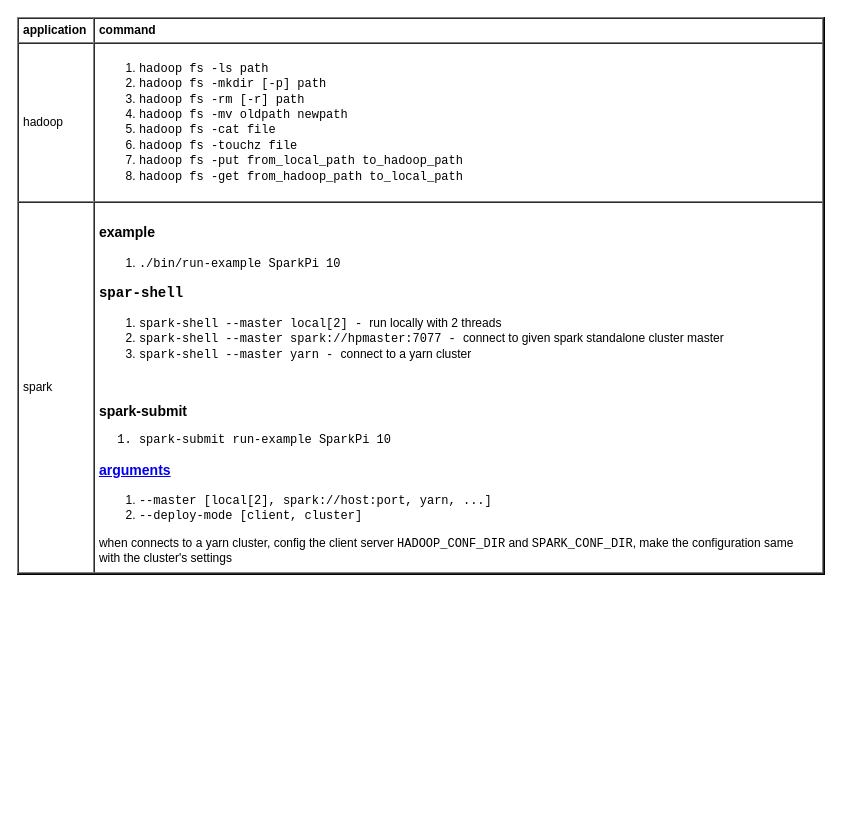
Before: page "command" (7 of 8) of db/distdb.drawio in yangdj/tf_docs, a draw.io diagram. Source tidied: cells renumbered, new cells numbered last; positions are measured from the earlier drawing's top-left corner, leaving out a move shared by most shapes. Both pictures are drawn from the tidied source at 100%, with x=0, y=0 at pixel (17, 17).
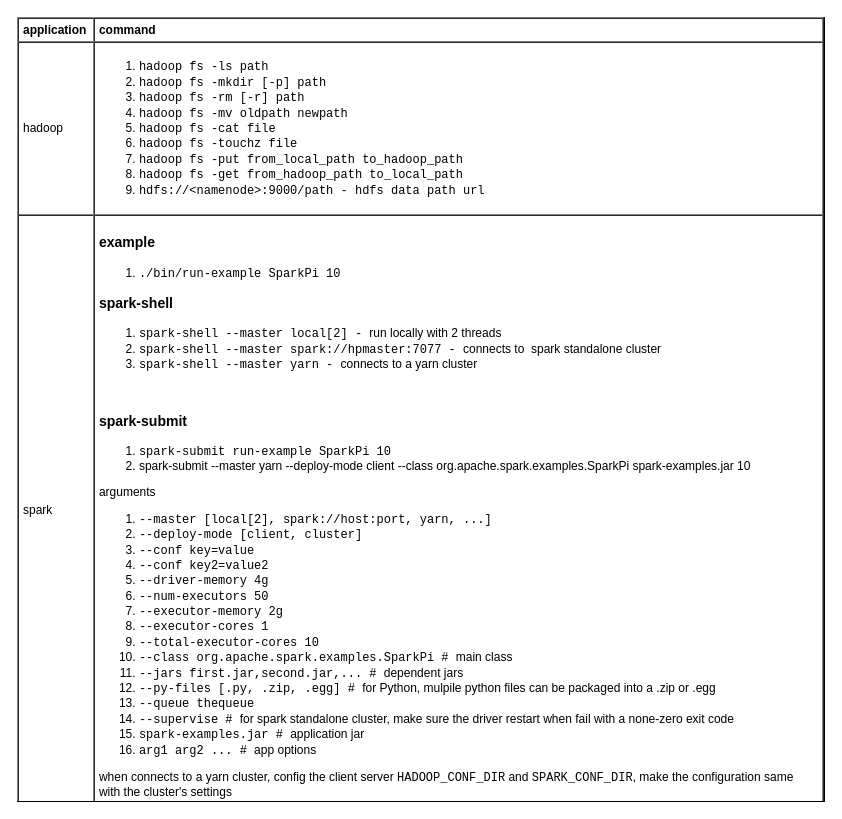
After the change.

Change to the diagram source:
```diff
@@
 <mxGraphModel>
   <root>
     <mxCell id="0" />
     <mxCell id="1" parent="0" />
-    <mxCell id="2" value="&lt;table cellpadding=&quot;4&quot; cellspacing=&quot;0&quot; border=&quot;1&quot; style=&quot;font-size: 1em ; width: 100% ; height: 100%&quot;&gt;&lt;tbody&gt;&lt;tr&gt;&lt;th&gt;application&lt;/th&gt;&lt;th&gt;command&lt;/th&gt;&lt;/tr&gt;&lt;tr&gt;&lt;td&gt;hadoop&lt;/td&gt;&lt;td&gt;&lt;ol&gt;&lt;li&gt;&lt;font face=&quot;Courier New&quot;&gt;hadoop fs -ls path&lt;/font&gt;&lt;/li&gt;&lt;li&gt;&lt;font face=&quot;Courier New&quot;&gt;hadoop fs -mkdir [-p] path&lt;/font&gt;&lt;/li&gt;&lt;li&gt;&lt;font face=&quot;Courier New&quot;&gt;hadoop fs -rm [-r] path&lt;/font&gt;&lt;/li&gt;&lt;li&gt;&lt;span style=&quot;font-family: &amp;#34;courier new&amp;#34; ; font-size: 1em&quot;&gt;hadoop fs -mv oldpath newpath&lt;/span&gt;&lt;br&gt;&lt;/li&gt;&lt;li&gt;&lt;font face=&quot;Courier New&quot;&gt;hadoop fs -cat file&lt;/font&gt;&lt;/li&gt;&lt;li&gt;&lt;font face=&quot;Courier New&quot;&gt;hadoop fs -touchz file&lt;/font&gt;&lt;/li&gt;&lt;li&gt;&lt;font face=&quot;Courier New&quot;&gt;hadoop fs -put from_local_path to_hadoop_path&lt;/font&gt;&lt;/li&gt;&lt;li&gt;&lt;font face=&quot;Courier New&quot;&gt;hadoop fs -get from_hadoop_path to_local_path&lt;br&gt;&lt;/font&gt;&lt;/li&gt;&lt;/ol&gt;&lt;/td&gt;&lt;/tr&gt;&lt;tr&gt;&lt;td&gt;spark&lt;/td&gt;&lt;td&gt;&lt;h3 style=&quot;font-family: &amp;#34;courier new&amp;#34;&quot;&gt;&lt;font face=&quot;Helvetica&quot;&gt;example&lt;/font&gt;&lt;/h3&gt;&lt;ol&gt;&lt;li&gt;&lt;span style=&quot;font-family: &amp;#34;courier new&amp;#34;&quot;&gt;./bin/run-example SparkPi 10&lt;/span&gt;&lt;/li&gt;&lt;/ol&gt;&lt;h3 style=&quot;font-family: &amp;#34;courier new&amp;#34;&quot;&gt;spar-shell&lt;/h3&gt;&lt;ol&gt;&lt;li&gt;&lt;span style=&quot;font-family: &amp;#34;courier new&amp;#34;&quot;&gt;spark-shell --master local[2] - &lt;/span&gt;run locally with 2 threads&lt;/li&gt;&lt;li&gt;&lt;font face=&quot;Courier New&quot;&gt;spark-shell --master spark://hpmaster:7077 - &lt;/font&gt;connect to given spark standalone cluster master&lt;br&gt;&lt;/li&gt;&lt;li&gt;&lt;span style=&quot;font-family: &amp;#34;courier new&amp;#34;&quot;&gt;spark-shell --master yarn - &lt;/span&gt;connect to a yarn cluster&lt;/li&gt;&lt;/ol&gt;&lt;br&gt;&lt;h3&gt;spark-submit&lt;/h3&gt;&lt;ol style=&quot;font-family: &amp;#34;courier new&amp;#34;&quot;&gt;&lt;li&gt;&lt;font face=&quot;Courier New&quot;&gt;spark-submit run-example SparkPi 10&lt;/font&gt;&lt;/li&gt;&lt;/ol&gt;&lt;h3&gt;&lt;a href=&quot;http://spark.apache.org/docs/latest/submitting-applications.html#master-urls&quot;&gt;arguments&lt;/a&gt;&lt;/h3&gt;&lt;div&gt;&lt;ol&gt;&lt;li&gt;&lt;font face=&quot;Courier New&quot;&gt;--master [local[2], spark://host:port, yarn, ...]&lt;/font&gt;&lt;/li&gt;&lt;li&gt;&lt;font face=&quot;Courier New&quot;&gt;--deploy-mode [client, cluster]&lt;/font&gt;&lt;/li&gt;&lt;/ol&gt;&lt;div&gt;when&amp;nbsp;&lt;span style=&quot;font-size: 1em&quot;&gt;connects to a yarn cluster, config the client server &lt;font face=&quot;Courier New&quot;&gt;HADOOP_CONF_DIR&lt;/font&gt; and &lt;font face=&quot;Courier New&quot;&gt;SPARK_CONF_DIR&lt;/font&gt;, make the configuration same&lt;/span&gt;&lt;/div&gt;&lt;/div&gt;&lt;div&gt;&lt;span style=&quot;font-size: 1em&quot;&gt;with the cluster's settings&lt;/span&gt;&lt;/div&gt;&lt;/td&gt;&lt;/tr&gt;&lt;/tbody&gt;&lt;/table&gt; " style="verticalAlign=top;align=left;overflow=fill;fontSize=12;fontFamily=Helvetica;html=1;fillColor=none;" parent="1" vertex="1">
-      <mxGeometry width="807" height="557" as="geometry" />
+    <mxCell id="2" value="&lt;table cellpadding=&quot;4&quot; cellspacing=&quot;0&quot; border=&quot;1&quot; style=&quot;font-size: 1em ; width: 100% ; height: 100%&quot;&gt;&lt;tbody&gt;&lt;tr&gt;&lt;th&gt;application&lt;/th&gt;&lt;th&gt;command&lt;/th&gt;&lt;/tr&gt;&lt;tr&gt;&lt;td&gt;hadoop&lt;/td&gt;&lt;td&gt;&lt;ol&gt;&lt;li&gt;&lt;font face=&quot;Courier New&quot;&gt;hadoop fs -ls path&lt;/font&gt;&lt;/li&gt;&lt;li&gt;&lt;font face=&quot;Courier New&quot;&gt;hadoop fs -mkdir [-p] path&lt;/font&gt;&lt;/li&gt;&lt;li&gt;&lt;font face=&quot;Courier New&quot;&gt;hadoop fs -rm [-r] path&lt;/font&gt;&lt;/li&gt;&lt;li&gt;&lt;span style=&quot;font-family: &amp;#34;courier new&amp;#34; ; font-size: 1em&quot;&gt;hadoop fs -mv oldpath newpath&lt;/span&gt;&lt;br&gt;&lt;/li&gt;&lt;li&gt;&lt;font face=&quot;Courier New&quot;&gt;hadoop fs -cat file&lt;/font&gt;&lt;/li&gt;&lt;li&gt;&lt;font face=&quot;Courier New&quot;&gt;hadoop fs -touchz file&lt;/font&gt;&lt;/li&gt;&lt;li&gt;&lt;font face=&quot;Courier New&quot;&gt;hadoop fs -put from_local_path to_hadoop_path&lt;/font&gt;&lt;/li&gt;&lt;li&gt;&lt;font face=&quot;Courier New&quot;&gt;hadoop fs -get from_hadoop_path to_local_path&lt;br&gt;&lt;/font&gt;&lt;/li&gt;&lt;li&gt;&lt;font face=&quot;Courier New&quot;&gt;hdfs://&amp;lt;namenode&amp;gt;:9000/path - hdfs data path url&lt;br&gt;&lt;/font&gt;&lt;/li&gt;&lt;/ol&gt;&lt;/td&gt;&lt;/tr&gt;&lt;tr&gt;&lt;td&gt;spark&lt;/td&gt;&lt;td&gt;&lt;h3 style=&quot;font-family: &amp;#34;courier new&amp;#34;&quot;&gt;&lt;font face=&quot;Helvetica&quot;&gt;example&lt;/font&gt;&lt;/h3&gt;&lt;ol&gt;&lt;li&gt;&lt;span style=&quot;font-family: &amp;#34;courier new&amp;#34;&quot;&gt;./bin/run-example SparkPi 10&lt;/span&gt;&lt;/li&gt;&lt;/ol&gt;&lt;h3&gt;spark-shell&lt;/h3&gt;&lt;ol&gt;&lt;li&gt;&lt;span style=&quot;font-family: &amp;#34;courier new&amp;#34;&quot;&gt;spark-shell --master local[2] - &lt;/span&gt;run locally with 2 threads&lt;/li&gt;&lt;li&gt;&lt;font face=&quot;Courier New&quot;&gt;spark-shell --master spark://hpmaster:7077 - &lt;/font&gt;connects to&amp;nbsp; spark standalone cluster&lt;br&gt;&lt;/li&gt;&lt;li&gt;&lt;span style=&quot;font-family: &amp;#34;courier new&amp;#34;&quot;&gt;spark-shell --master yarn - &lt;/span&gt;connects to a yarn cluster&lt;/li&gt;&lt;/ol&gt;&lt;br&gt;&lt;h3&gt;spark-submit&lt;/h3&gt;&lt;ol&gt;&lt;li&gt;&lt;font face=&quot;Courier New&quot;&gt;spark-submit run-example SparkPi 10&lt;/font&gt;&lt;/li&gt;&lt;li&gt;spark-submit --master yarn --deploy-mode client --class org.apache.spark.examples.SparkPi spark-examples.jar 10&lt;/li&gt;&lt;/ol&gt;&lt;div&gt;&lt;div&gt;arguments&lt;/div&gt;&lt;ol&gt;&lt;li&gt;&lt;font face=&quot;Courier New&quot;&gt;--master [local[2], spark://host:port, yarn, ...]&lt;/font&gt;&lt;/li&gt;&lt;li&gt;&lt;font face=&quot;Courier New&quot;&gt;--deploy-mode [client, cluster]&lt;/font&gt;&lt;/li&gt;&lt;li&gt;&lt;span style=&quot;font-family: &amp;#34;courier new&amp;#34; ; font-size: 1em&quot;&gt;--conf key=value&lt;/span&gt;&lt;br&gt;&lt;/li&gt;&lt;li&gt;&lt;font face=&quot;Courier New&quot;&gt;--conf key2=value2&lt;/font&gt;&lt;/li&gt;&lt;li&gt;&lt;font face=&quot;Courier New&quot;&gt;--driver-memory 4g&lt;/font&gt;&lt;/li&gt;&lt;li&gt;&lt;font face=&quot;Courier New&quot;&gt;--num-executors 50&lt;/font&gt;&lt;/li&gt;&lt;li&gt;&lt;font face=&quot;Courier New&quot;&gt;--executor-memory 2g&lt;/font&gt;&lt;/li&gt;&lt;li&gt;&lt;font face=&quot;Courier New&quot;&gt;--executor-cores 1&lt;/font&gt;&lt;/li&gt;&lt;li&gt;&lt;font face=&quot;Courier New&quot;&gt;--total-executor-cores 10&lt;/font&gt;&lt;/li&gt;&lt;li&gt;&lt;font face=&quot;Courier New&quot;&gt;--class&amp;nbsp;org.apache.spark.examples.SparkPi&amp;nbsp;&lt;/font&gt;&lt;font face=&quot;Courier New&quot;&gt;#&amp;nbsp;&lt;/font&gt;main class&lt;/li&gt;&lt;li&gt;&lt;font face=&quot;Courier New&quot;&gt;--jars first.jar,second.jar,... #&amp;nbsp;&lt;/font&gt;dependent jars&lt;/li&gt;&lt;li&gt;&lt;font face=&quot;Courier New&quot;&gt;--py-files [.py, .zip, .egg]&amp;nbsp;#&amp;nbsp;&lt;/font&gt;for Python, mulpile python files can be packaged into a .zip or .egg&lt;/li&gt;&lt;li&gt;&lt;font face=&quot;Courier New&quot;&gt;--queue thequeue&lt;/font&gt;&lt;/li&gt;&lt;li&gt;&lt;font face=&quot;Courier New&quot;&gt;--supervise&lt;/font&gt;&lt;font face=&quot;Courier New&quot;&gt;&amp;nbsp;&lt;/font&gt;&lt;font face=&quot;Courier New&quot;&gt;#&amp;nbsp;&lt;/font&gt;for spark standalone cluster, make sure the driver restart when fail with a none-zero exit code&lt;/li&gt;&lt;li&gt;&lt;font face=&quot;Courier New&quot;&gt;spark-examples.jar #&amp;nbsp;&lt;/font&gt;application jar&lt;br&gt;&lt;/li&gt;&lt;li&gt;&lt;font face=&quot;Courier New&quot;&gt;arg1 arg2 ... # &lt;/font&gt;app options&lt;/li&gt;&lt;/ol&gt;&lt;div&gt;when&amp;nbsp;&lt;span style=&quot;font-size: 1em&quot;&gt;connects to a yarn cluster, config the client server &lt;font face=&quot;Courier New&quot;&gt;HADOOP_CONF_DIR&lt;/font&gt; and &lt;font face=&quot;Courier New&quot;&gt;SPARK_CONF_DIR&lt;/font&gt;, make the configuration same&lt;/span&gt;&lt;/div&gt;&lt;/div&gt;&lt;div&gt;&lt;span style=&quot;font-size: 1em&quot;&gt;with the cluster's settings&lt;/span&gt;&lt;/div&gt;&lt;/td&gt;&lt;/tr&gt;&lt;/tbody&gt;&lt;/table&gt; " style="verticalAlign=top;align=left;overflow=fill;fontSize=12;fontFamily=Helvetica;html=1;fillColor=none;" parent="1" vertex="1">
+      <mxGeometry width="807" height="784" as="geometry" />
     </mxCell>
   </root>
 </mxGraphModel>
```
